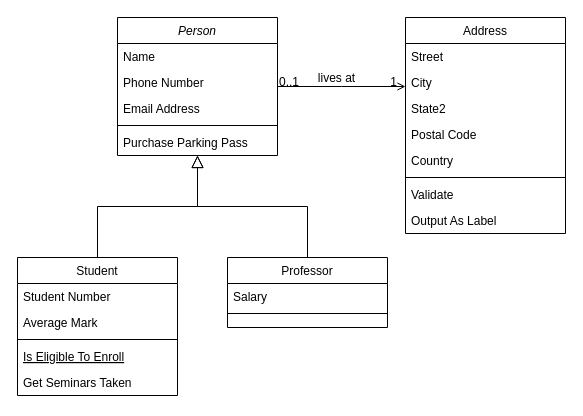
The draw.io diagram 未命名绘图.drawio in Anqing-None/MyNotes, before the edit. Source tidied: cells renumbered, new cells numbered last; positions are measured from the earlier drawing's top-left corner, leaving out a move shared by most shapes. Both pictures are drawn from the tidied source at 100%, with x=0, y=0 at pixel (17, 17).
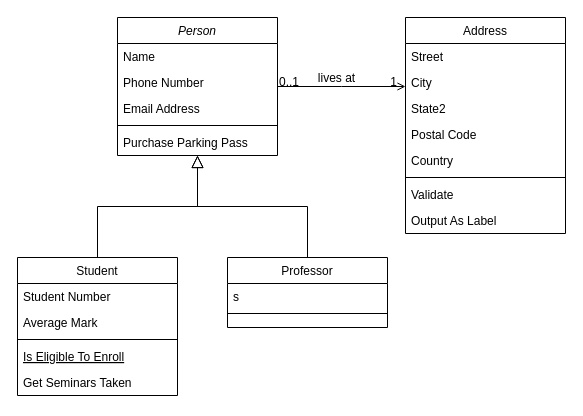
After the change.

Unchanged cells that the change refers to:
```xml
<mxCell id="15" value="Professor" style="swimlane;fontStyle=0;align=center;verticalAlign=top;horizontal=1;startSize=26;rounded=0;shadow=0;strokeWidth=1;" parent="1" vertex="1">
  <mxGeometry x="210" y="240" width="160" height="70" as="geometry" />
</mxCell>
```

The edit, as a diff of the source:
```diff
@@
-    <mxCell id="16" value="Salary" style="text;align=left;verticalAlign=top;spacingLeft=4;spacingRight=4;overflow=hidden;" parent="15" vertex="1">
+    <mxCell id="16" value="s" style="text;align=left;verticalAlign=top;spacingLeft=4;spacingRight=4;overflow=hidden;" parent="15" vertex="1">
       <mxGeometry y="26" width="160" height="26" as="geometry" />
     </mxCell>
```
